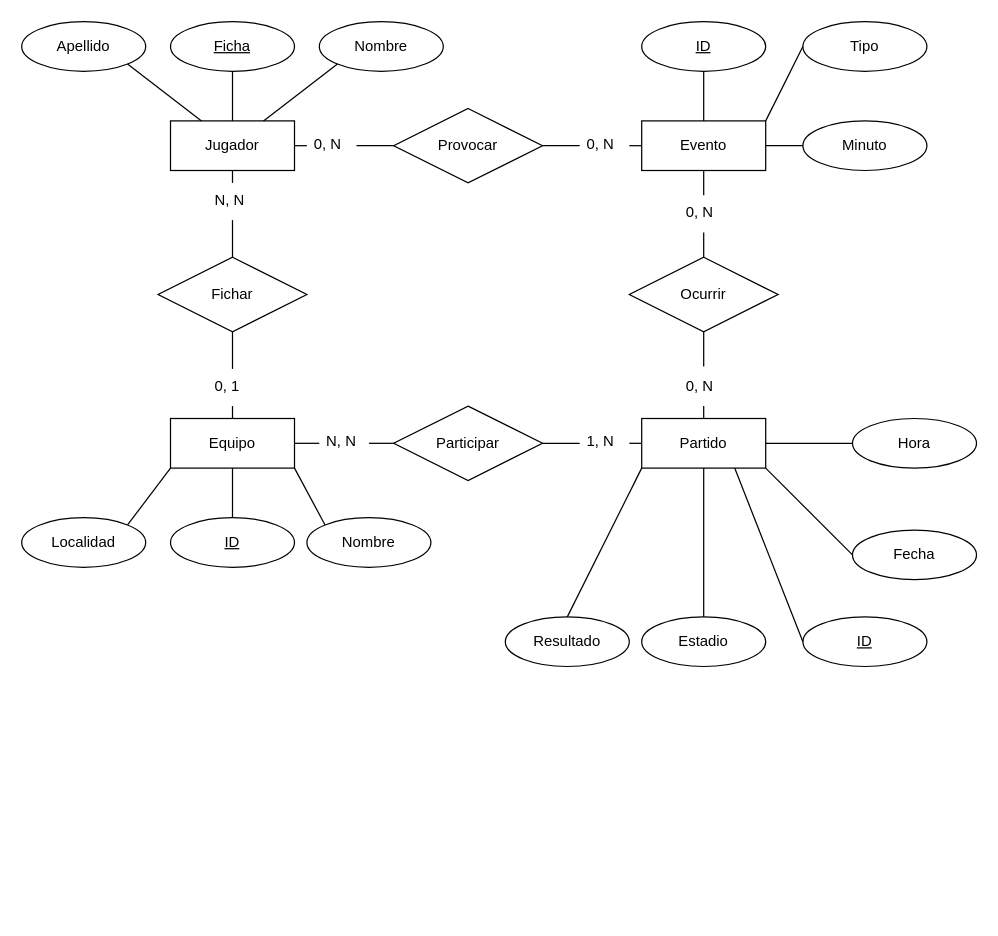
Earlier version of the draw.io diagram Diagramas/Actividad_10_C3_UD12.drawio (jordimall/jmg-tsys-ta12diagramasER-drawio-111023). Source tidied: cells renumbered, new cells numbered last; positions are measured from the earlier drawing's top-left corner, leaving out a move shared by most shapes. Both pictures are drawn from the tidied source at 124%, with x=0, y=0 at pixel (21, 21).
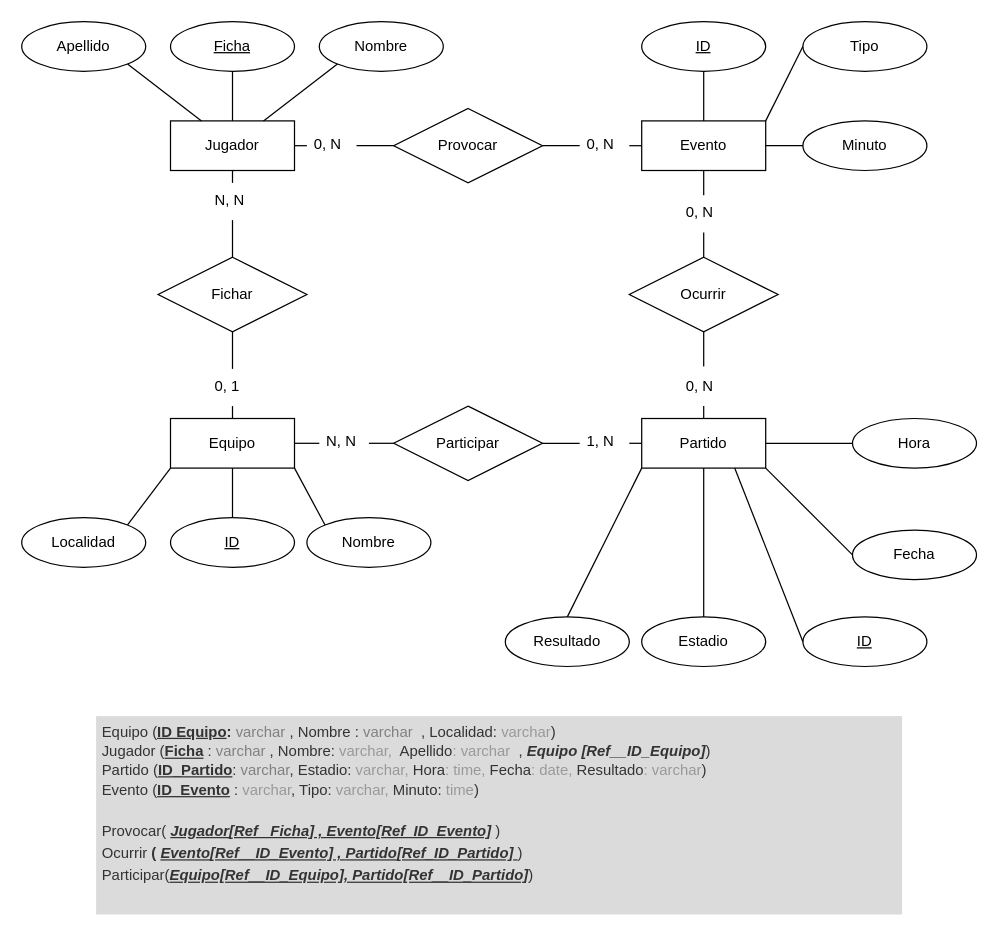
Above is the later version.

Commit message:
Modelo relacional Actividad_10_C3_UD12.drawio

Change to the diagram source:
```diff
@@
+    <mxCell id="62" value="&lt;h1 style=&quot;line-height: 150%;&quot;&gt;&lt;div style=&quot;border-color: var(--border-color); font-size: 12px; line-height: 130%;&quot;&gt;&lt;font style=&quot;border-color: var(--border-color);&quot;&gt;&lt;span style=&quot;border-color: var(--border-color);&quot;&gt;&lt;span style=&quot;border-color: var(--border-color);&quot;&gt;&lt;span style=&quot;font-weight: 400;&quot;&gt;Equipo (&lt;/span&gt;&lt;u style=&quot;&quot;&gt;ID Equipo&lt;/u&gt;&lt;/span&gt;&lt;span style=&quot;border-color: var(--border-color);&quot;&gt;:&lt;/span&gt;&lt;font style=&quot;font-weight: 400; border-color: var(--border-color);&quot; color=&quot;#808080&quot;&gt;&amp;nbsp;varchar&lt;/font&gt;&lt;span style=&quot;font-weight: 400;&quot;&gt;&amp;nbsp;, Nombre : &lt;font color=&quot;#808080&quot;&gt;varchar&lt;/font&gt;&lt;/span&gt;&lt;span style=&quot;font-weight: 400;&quot;&gt;&amp;nbsp; , Localidad: &lt;font color=&quot;#999999&quot;&gt;varchar&lt;/font&gt;&lt;/span&gt;&lt;span style=&quot;font-weight: 400;&quot;&gt;)&lt;/span&gt;&lt;br&gt;&lt;/span&gt;&lt;/font&gt;&lt;/div&gt;&lt;div style=&quot;border-color: var(--border-color); font-size: 12px; line-height: 130%;&quot;&gt;&lt;font style=&quot;border-color: var(--border-color);&quot;&gt;&lt;span style=&quot;border-color: var(--border-color);&quot;&gt;&lt;span style=&quot;border-color: var(--border-color);&quot;&gt;&lt;span style=&quot;font-weight: 400;&quot;&gt;Jugador (&lt;/span&gt;&lt;u&gt;Ficha&lt;/u&gt;&lt;/span&gt;&lt;span style=&quot;font-weight: 400; border-color: var(--border-color);&quot;&gt;&amp;nbsp;&lt;/span&gt;&lt;span style=&quot;font-weight: 400; border-color: var(--border-color);&quot;&gt;: &lt;font color=&quot;#808080&quot;&gt;varchar&lt;/font&gt;&lt;/span&gt;&lt;span style=&quot;border-color: var(--border-color);&quot;&gt;&lt;span style=&quot;font-weight: 400;&quot;&gt;&amp;nbsp;, Nombre: &lt;/span&gt;&lt;font style=&quot;font-weight: 400;&quot; color=&quot;#999999&quot;&gt;varchar,&amp;nbsp; &lt;/font&gt;&lt;span style=&quot;font-weight: 400;&quot;&gt;Apellido&lt;/span&gt;&lt;font style=&quot;font-weight: 400;&quot; color=&quot;#999999&quot;&gt;: varchar&lt;/font&gt;&lt;span style=&quot;font-weight: 400;&quot;&gt;&amp;nbsp; , &lt;/span&gt;&lt;i style=&quot;&quot;&gt;Equipo [Ref__ID_Equipo]&lt;/i&gt;&lt;/span&gt;&lt;span style=&quot;border-color: var(--border-color);&quot;&gt;&lt;span style=&quot;font-weight: 400;&quot;&gt;)&amp;nbsp;&lt;/span&gt;&lt;/span&gt;&lt;/span&gt;&lt;/font&gt;&lt;/div&gt;&lt;div style=&quot;border-color: var(--border-color); font-size: 12px; line-height: 130%;&quot;&gt;&lt;font style=&quot;border-color: var(--border-color);&quot;&gt;&lt;span style=&quot;border-color: var(--border-color);&quot;&gt;&lt;span style=&quot;font-weight: 400;&quot;&gt;Partido (&lt;/span&gt;&lt;u&gt;ID_Partido&lt;/u&gt;&lt;/span&gt;&lt;span style=&quot;font-weight: 400;&quot;&gt;: &lt;font color=&quot;#808080&quot;&gt;varchar&lt;/font&gt;&lt;/span&gt;&lt;b style=&quot;font-weight: 400; border-color: var(--border-color);&quot;&gt;,&lt;/b&gt;&lt;span style=&quot;font-weight: 400;&quot;&gt;&amp;nbsp;Estadio: &lt;font color=&quot;#999999&quot;&gt;varchar, &lt;/font&gt;Hora&lt;font color=&quot;#999999&quot;&gt;: time, &lt;/font&gt;Fecha&lt;font color=&quot;#999999&quot;&gt;: date, &lt;/font&gt;Resultado&lt;font color=&quot;#999999&quot;&gt;: varchar&lt;/font&gt;&lt;/span&gt;&lt;span style=&quot;font-weight: 400;&quot;&gt;)&amp;nbsp;&lt;/span&gt;&lt;/font&gt;&lt;/div&gt;&lt;div style=&quot;border-color: var(--border-color); font-size: 12px; line-height: 130%;&quot;&gt;&lt;span style=&quot;background-color: initial; font-weight: 400; border-color: var(--border-color);&quot;&gt;Evento (&lt;/span&gt;&lt;span style=&quot;background-color: initial; border-color: var(--border-color);&quot;&gt;&lt;u&gt;ID_Evento&lt;/u&gt;&lt;/span&gt;&lt;span style=&quot;background-color: initial; font-weight: 400; border-color: var(--border-color);&quot;&gt;&amp;nbsp;:&lt;font color=&quot;#999999&quot;&gt;&amp;nbsp;varchar&lt;/font&gt;, Tipo:&lt;font color=&quot;#999999&quot;&gt;&amp;nbsp;varchar, &lt;/font&gt;Minuto:&lt;font color=&quot;#999999&quot;&gt; time&lt;/font&gt;&lt;/span&gt;&lt;span style=&quot;background-color: initial;&quot;&gt;&lt;span style=&quot;font-weight: 400;&quot;&gt;)&lt;/span&gt;&lt;i style=&quot;&quot;&gt;&lt;font style=&quot;&quot; color=&quot;#000000&quot;&gt;&amp;nbsp;&lt;/font&gt;&lt;/i&gt;&lt;/span&gt;&lt;/div&gt;&lt;div style=&quot;border-color: var(--border-color); font-size: 12px; line-height: 130%;&quot;&gt;&lt;span style=&quot;background-color: initial; font-weight: 400;&quot;&gt;&lt;br&gt;&lt;/span&gt;&lt;/div&gt;&lt;div style=&quot;border-color: var(--border-color); font-weight: 400; font-size: 12px; line-height: 150%;&quot;&gt;&lt;/div&gt;&lt;span style=&quot;border-color: var(--border-color); font-size: 12px;&quot;&gt;&lt;div style=&quot;border-color: var(--border-color); line-height: 150%;&quot;&gt;&lt;font style=&quot;border-color: var(--border-color);&quot;&gt;&lt;b style=&quot;font-style: normal; font-weight: 400; border-color: var(--border-color);&quot;&gt;Provocar(&lt;/b&gt;&lt;b style=&quot;font-style: normal; font-weight: 400; border-color: var(--border-color);&quot;&gt;&amp;nbsp;&lt;/b&gt;&lt;span style=&quot;border-color: var(--border-color);&quot;&gt;&lt;i&gt;&lt;u&gt;Jugador&lt;/u&gt;&lt;/i&gt;&lt;/span&gt;&lt;/font&gt;&lt;span style=&quot;font-weight: 400; background-color: initial; border-color: var(--border-color);&quot;&gt;&lt;b style=&quot;border-color: var(--border-color);&quot;&gt;&lt;u style=&quot;&quot;&gt;&lt;i&gt;[Ref_ Ficha] , Evento[Ref_ID_Evento]&lt;/i&gt;&lt;/u&gt;&lt;/b&gt;&lt;/span&gt;&lt;span style=&quot;font-weight: 400; background-color: initial;&quot;&gt;&lt;i&gt;&amp;nbsp;&lt;/i&gt;&lt;/span&gt;&lt;span style=&quot;font-style: normal; font-weight: 400; background-color: initial;&quot;&gt;)&lt;/span&gt;&lt;/div&gt;&lt;div style=&quot;border-color: var(--border-color); line-height: 150%;&quot;&gt;&lt;span style=&quot;font-style: normal;&quot;&gt;&lt;span style=&quot;font-weight: normal;&quot;&gt;Ocurrir&amp;nbsp;&lt;/span&gt;( &lt;/span&gt;&lt;i&gt;&lt;u&gt;Evento&lt;/u&gt;&lt;/i&gt;&lt;span style=&quot;background-color: initial; font-weight: normal; border-color: var(--border-color);&quot;&gt;&lt;span style=&quot;border-color: var(--border-color); background-color: initial;&quot;&gt;&lt;i&gt;&lt;b style=&quot;text-decoration-line: underline; border-color: var(--border-color);&quot;&gt;[Ref__ID_Evento] , &lt;/b&gt;&lt;b style=&quot;text-decoration-line: underline; border-color: var(--border-color);&quot;&gt;Partido&lt;/b&gt;&lt;b style=&quot;text-decoration-line: underline; border-color: var(--border-color);&quot;&gt;[Ref_ID_Partido]&lt;/b&gt;&lt;/i&gt;&lt;/span&gt;&lt;span style=&quot;text-decoration-line: underline; font-style: normal; border-color: var(--border-color); background-color: initial;&quot;&gt;&amp;nbsp;&lt;/span&gt;&lt;/span&gt;&lt;span style=&quot;font-style: normal; background-color: initial; font-weight: normal;&quot;&gt;)&amp;nbsp;&lt;/span&gt;&lt;/div&gt;&lt;div style=&quot;border-color: var(--border-color); line-height: 150%;&quot;&gt;&lt;span style=&quot;font-style: normal; background-color: initial; font-weight: normal;&quot;&gt;Participar(&lt;/span&gt;&lt;span style=&quot;background-color: initial;&quot;&gt;&lt;i&gt;&lt;u&gt;Equipo[Ref__ID_Equipo], Partido[Ref__ID_Partido]&lt;/u&gt;&lt;/i&gt;&lt;/span&gt;&lt;span style=&quot;font-style: normal; background-color: initial; font-weight: normal;&quot;&gt;)&lt;/span&gt;&lt;/div&gt;&lt;/span&gt;&lt;/h1&gt;" style="text;html=1;strokeColor=none;fillColor=#dbdbdb;spacing=5;spacingTop=-20;whiteSpace=wrap;overflow=hidden;rounded=0;fontColor=#333333;" parent="1" vertex="1">
+      <mxGeometry x="60" y="560" width="650" height="160" as="geometry" />
+    </mxCell>
```
